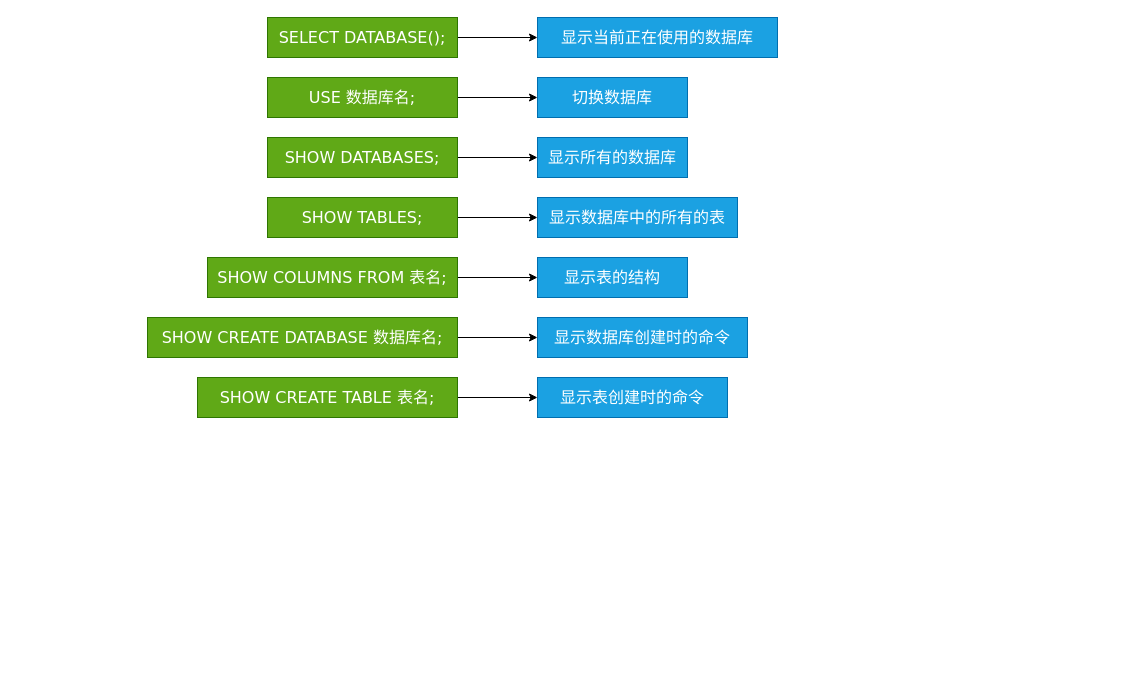
The draw.io diagram sql命令.drawio in Eudora-Bessie/AutoApiSR, before the edit. Source tidied: cells renumbered, new cells numbered last; positions are measured from the earlier drawing's top-left corner, leaving out a move shared by most shapes. Both pictures are drawn from the tidied source at 100%, with x=0, y=0 at pixel (147, 17).
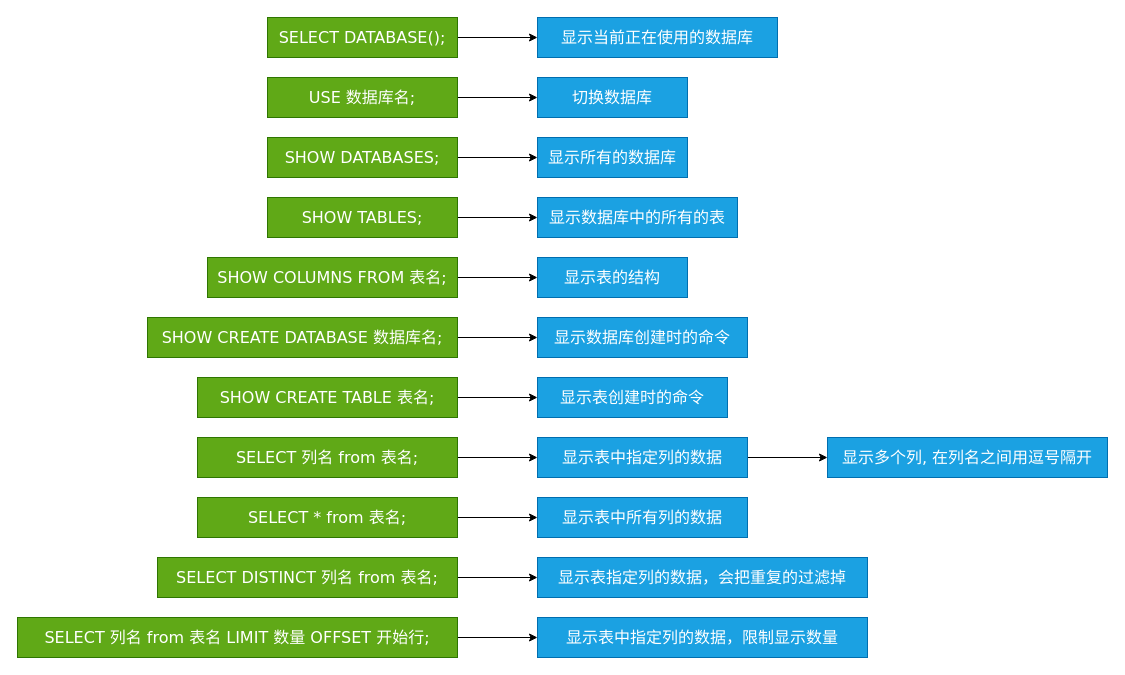
Above is the later version.

Diff of the diagram source:
```diff
@@
+    <mxCell id="23" style="edgeStyle=orthogonalEdgeStyle;rounded=0;jettySize=auto;html=1;fontFamily=Verdana;fontSize=16;" parent="1" edge="1" source="24" target="26">
+      <mxGeometry relative="1" as="geometry" />
+    </mxCell>
+    <mxCell id="24" value="SELECT 列名 from 表名;" style="text;html=1;strokeColor=#2D7600;fillColor=#60a917;align=center;verticalAlign=middle;whiteSpace=wrap;rounded=0;fontSize=16;fontColor=#ffffff;fontFamily=Verdana;" parent="1" vertex="1">
+      <mxGeometry x="50" y="420" width="260" height="40" as="geometry" />
+    </mxCell>
+    <mxCell id="25" style="edgeStyle=orthogonalEdgeStyle;rounded=0;jettySize=auto;html=1;fontFamily=Verdana;fontSize=16;" parent="1" edge="1" source="26" target="27">
+      <mxGeometry relative="1" as="geometry" />
+    </mxCell>
+    <mxCell id="26" value="显示表中指定列的数据" style="text;html=1;strokeColor=#006EAF;fillColor=#1ba1e2;align=center;verticalAlign=middle;whiteSpace=wrap;rounded=0;fontSize=16;fontColor=#ffffff;fontFamily=Verdana;" parent="1" vertex="1">
+      <mxGeometry x="390" y="420" width="210" height="40" as="geometry" />
+    </mxCell>
+    <mxCell id="27" value="显示多个列, 在列名之间用逗号隔开" style="text;html=1;strokeColor=#006EAF;fillColor=#1ba1e2;align=center;verticalAlign=middle;whiteSpace=wrap;rounded=0;fontSize=16;fontColor=#ffffff;fontFamily=Verdana;" parent="1" vertex="1">
+      <mxGeometry x="680" y="420" width="280" height="40" as="geometry" />
+    </mxCell>
+    <mxCell id="28" style="edgeStyle=orthogonalEdgeStyle;rounded=0;jettySize=auto;html=1;fontFamily=Verdana;fontSize=16;" parent="1" edge="1" source="29" target="30">
+      <mxGeometry relative="1" as="geometry" />
+    </mxCell>
+    <mxCell id="29" value="SELECT * from 表名;" style="text;html=1;strokeColor=#2D7600;fillColor=#60a917;align=center;verticalAlign=middle;whiteSpace=wrap;rounded=0;fontSize=16;fontColor=#ffffff;fontFamily=Verdana;" parent="1" vertex="1">
+      <mxGeometry x="50" y="480" width="260" height="40" as="geometry" />
+    </mxCell>
+    <mxCell id="30" value="显示表中所有列的数据" style="text;html=1;strokeColor=#006EAF;fillColor=#1ba1e2;align=center;verticalAlign=middle;whiteSpace=wrap;rounded=0;fontSize=16;fontColor=#ffffff;fontFamily=Verdana;" parent="1" vertex="1">
+      <mxGeometry x="390" y="480" width="210" height="40" as="geometry" />
+    </mxCell>
+    <mxCell id="31" style="edgeStyle=orthogonalEdgeStyle;rounded=0;jettySize=auto;html=1;fontFamily=Verdana;fontSize=16;" parent="1" edge="1" source="32" target="33">
+      <mxGeometry relative="1" as="geometry" />
+    </mxCell>
+    <mxCell id="32" value="SELECT DISTINCT 列名 from 表名;" style="text;html=1;strokeColor=#2D7600;fillColor=#60a917;align=center;verticalAlign=middle;whiteSpace=wrap;rounded=0;fontSize=16;fontColor=#ffffff;fontFamily=Verdana;" parent="1" vertex="1">
+      <mxGeometry x="10" y="540" width="300" height="40" as="geometry" />
+    </mxCell>
+    <mxCell id="33" value="显示表指定列的数据，会把重复的过滤掉" style="text;html=1;strokeColor=#006EAF;fillColor=#1ba1e2;align=center;verticalAlign=middle;whiteSpace=wrap;rounded=0;fontSize=16;fontColor=#ffffff;fontFamily=Verdana;" parent="1" vertex="1">
+      <mxGeometry x="390" y="540" width="330" height="40" as="geometry" />
+    </mxCell>
+    <mxCell id="34" style="edgeStyle=orthogonalEdgeStyle;rounded=0;jettySize=auto;html=1;fontFamily=Verdana;fontSize=16;" parent="1" edge="1" source="35" target="36">
+      <mxGeometry relative="1" as="geometry" />
+    </mxCell>
+    <mxCell id="35" value="SELECT 列名 from 表名 LIMIT 数量 OFFSET 开始行;" style="text;html=1;strokeColor=#2D7600;fillColor=#60a917;align=center;verticalAlign=middle;whiteSpace=wrap;rounded=0;fontSize=16;fontColor=#ffffff;fontFamily=Verdana;" parent="1" vertex="1">
+      <mxGeometry x="-130" y="600" width="440" height="40" as="geometry" />
+    </mxCell>
+    <mxCell id="36" value="显示表中指定列的数据，限制显示数量" style="text;html=1;strokeColor=#006EAF;fillColor=#1ba1e2;align=center;verticalAlign=middle;whiteSpace=wrap;rounded=0;fontSize=16;fontColor=#ffffff;fontFamily=Verdana;" parent="1" vertex="1">
+      <mxGeometry x="390" y="600" width="330" height="40" as="geometry" />
+    </mxCell>
```
